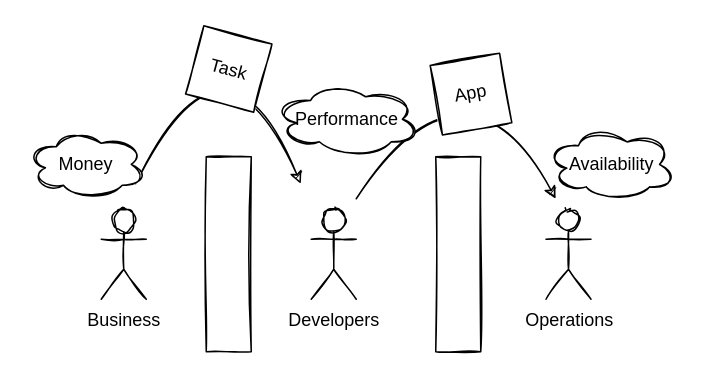
bjornops/bjornops.github.io keeps this draw.io diagram as assets/posts/devops/silos.drawio. Above is the earlier version. Source tidied: cells renumbered, new cells numbered last; positions are measured from the earlier drawing's top-left corner, leaving out a move shared by most shapes. Both pictures are drawn from the tidied source at 150%, with x=0, y=0 at pixel (26, 3).
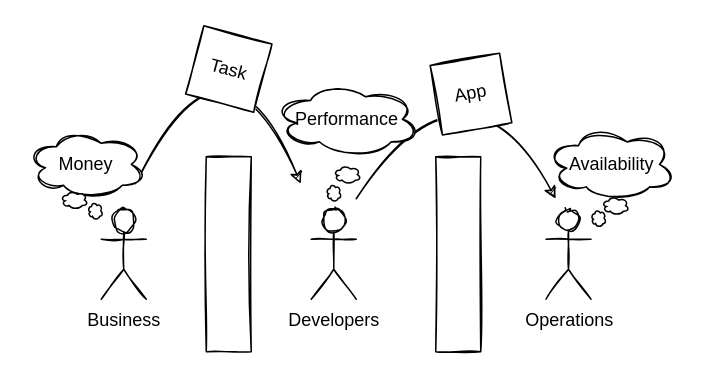
After the change.

Change to the diagram source:
```diff
@@
+    <mxCell id="14" style="ellipse;shape=cloud;whiteSpace=wrap;html=1;" parent="1" vertex="1">
+      <mxGeometry x="41" y="132.1" width="10" height="12" as="geometry" />
+    </mxCell>
+    <mxCell id="15" style="ellipse;shape=cloud;whiteSpace=wrap;html=1;" parent="1" vertex="1">
+      <mxGeometry x="23" y="124.6" width="18" height="12.4" as="geometry" />
+    </mxCell>
+    <mxCell id="16" style="ellipse;shape=cloud;whiteSpace=wrap;html=1;" parent="1" vertex="1">
+      <mxGeometry x="200" y="120.1" width="10" height="12" as="geometry" />
+    </mxCell>
+    <mxCell id="17" style="ellipse;shape=cloud;whiteSpace=wrap;html=1;" parent="1" vertex="1">
+      <mxGeometry x="205" y="107.7" width="18" height="12.4" as="geometry" />
+    </mxCell>
+    <mxCell id="18" style="ellipse;shape=cloud;whiteSpace=wrap;html=1;" parent="1" vertex="1">
+      <mxGeometry x="376.5" y="137" width="10" height="12" as="geometry" />
+    </mxCell>
+    <mxCell id="19" style="ellipse;shape=cloud;whiteSpace=wrap;html=1;" parent="1" vertex="1">
+      <mxGeometry x="383.8" y="128.4" width="18" height="12.4" as="geometry" />
+    </mxCell>
```
